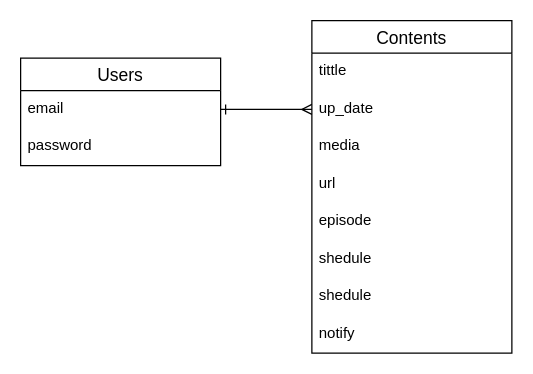
The draw.io diagram er.dio in PTT1230/notify, before the edit. Source tidied: cells renumbered, new cells numbered last; positions are measured from the earlier drawing's top-left corner, leaving out a move shared by most shapes. Both pictures are drawn from the tidied source at 125%, with x=0, y=0 at pixel (20, 20).
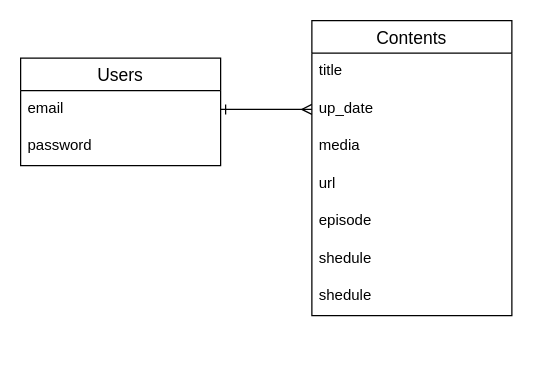
Above is the later version.

What changed in the source:
```diff
@@
 <mxGraphModel>
   <root>
     <mxCell id="0" />
     <mxCell id="1" parent="0" />
     <mxCell id="2" value="Users" style="swimlane;fontStyle=0;horizontal=1;startSize=26;align=center;fontSize=14;" parent="1" vertex="1">
       <mxGeometry y="30" width="160" height="86" as="geometry" />
     </mxCell>
     <mxCell id="3" value="email" style="text;strokeColor=none;fillColor=none;spacingLeft=4;spacingRight=4;overflow=hidden;points=[[0,0.5],[1,0.5]];portConstraint=eastwest;fontSize=12;" parent="2" vertex="1">
       <mxGeometry y="26" width="160" height="30" as="geometry" />
     </mxCell>
     <mxCell id="4" value="password" style="text;strokeColor=none;fillColor=none;spacingLeft=4;spacingRight=4;overflow=hidden;fontSize=12;" parent="2" vertex="1">
       <mxGeometry y="56" width="160" height="30" as="geometry" />
     </mxCell>
     <mxCell id="5" value="Contents" style="swimlane;fontStyle=0;horizontal=1;startSize=26;align=center;fontSize=14;" parent="1" vertex="1">
-      <mxGeometry x="233" width="160" height="266" as="geometry" />
+      <mxGeometry x="233" width="160" height="236" as="geometry" />
     </mxCell>
-    <mxCell id="6" value="tittle" style="text;strokeColor=none;fillColor=none;spacingLeft=4;spacingRight=4;overflow=hidden;fontSize=12;" parent="5" vertex="1">
+    <mxCell id="6" value="title" style="text;strokeColor=none;fillColor=none;spacingLeft=4;spacingRight=4;overflow=hidden;fontSize=12;" parent="5" vertex="1">
       <mxGeometry y="26" width="160" height="30" as="geometry" />
     </mxCell>
     <mxCell id="7" value="up_date" style="text;strokeColor=none;fillColor=none;spacingLeft=4;spacingRight=4;overflow=hidden;points=[[0,0.5],[1,0.5]];portConstraint=eastwest;fontSize=12;" parent="5" vertex="1">
       <mxGeometry y="56" width="160" height="30" as="geometry" />
     </mxCell>
     <mxCell id="8" value="media" style="text;strokeColor=none;fillColor=none;spacingLeft=4;spacingRight=4;overflow=hidden;fontSize=12;" parent="5" vertex="1">
       <mxGeometry y="86" width="160" height="30" as="geometry" />
     </mxCell>
     <mxCell id="9" value="url" style="text;strokeColor=none;fillColor=none;spacingLeft=4;spacingRight=4;overflow=hidden;fontSize=12;" parent="5" vertex="1">
       <mxGeometry y="116" width="160" height="30" as="geometry" />
     </mxCell>
     <mxCell id="10" value="episode" style="text;strokeColor=none;fillColor=none;spacingLeft=4;spacingRight=4;overflow=hidden;fontSize=12;" parent="5" vertex="1">
       <mxGeometry y="146" width="160" height="30" as="geometry" />
     </mxCell>
     <mxCell id="11" value="shedule" style="text;strokeColor=none;fillColor=none;spacingLeft=4;spacingRight=4;overflow=hidden;fontSize=12;" parent="5" vertex="1">
       <mxGeometry y="176" width="160" height="30" as="geometry" />
     </mxCell>
     <mxCell id="12" value="shedule" style="text;strokeColor=none;fillColor=none;spacingLeft=4;spacingRight=4;overflow=hidden;fontSize=12;" parent="5" vertex="1">
       <mxGeometry y="206" width="160" height="30" as="geometry" />
     </mxCell>
-    <mxCell id="13" value="notify" style="text;strokeColor=none;fillColor=none;spacingLeft=4;spacingRight=4;overflow=hidden;fontSize=12;" parent="5" vertex="1">
-      <mxGeometry y="236" width="160" height="30" as="geometry" />
-    </mxCell>
     <mxCell id="14" style="edgeStyle=none;html=1;exitX=1;exitY=0.5;exitDx=0;exitDy=0;startArrow=ERone;startFill=0;endArrow=ERmany;endFill=0;" parent="1" edge="1" source="3" target="7">
       <mxGeometry relative="1" as="geometry" />
     </mxCell>
   </root>
 </mxGraphModel>
```
